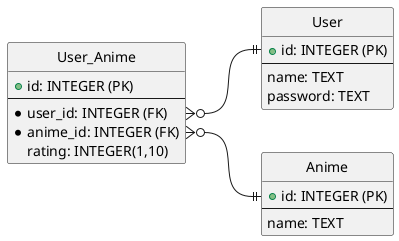
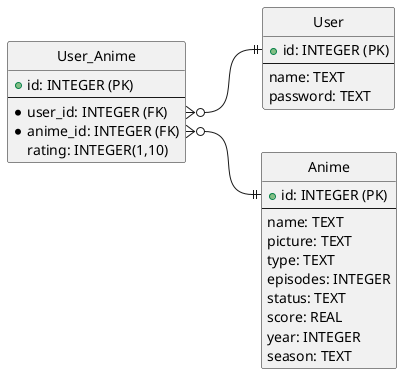
@startuml
left to right direction
hide circle

entity User {
+id: INTEGER (PK)
---
name: TEXT
password: TEXT
}

entity User_Anime {
+id: INTEGER (PK)
---
*user_id: INTEGER (FK)
*anime_id: INTEGER (FK)
rating: INTEGER(1,10)
}


entity Anime {
+id: INTEGER (PK)
---
name: TEXT
+ picture: TEXT
+ type: TEXT
+ episodes: INTEGER
+ status: TEXT
+ score: REAL
+ year: INTEGER
+ season: TEXT
}

User_Anime::user_id }o--|| User::id
User_Anime::anime_id }o--|| Anime::id

@enduml
